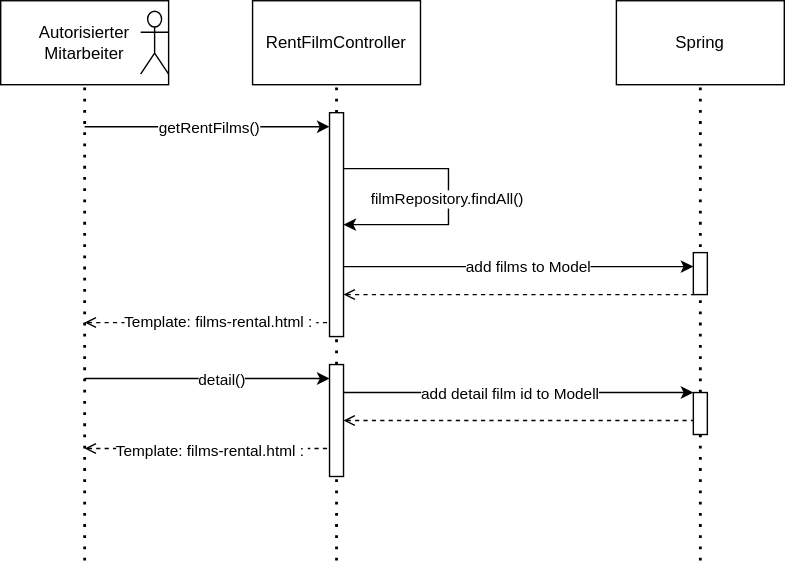
The draw.io diagram src/main/asciidoc/models/design/Verwaltungssystem/verwaltung_sequenz_verleih.drawio.svg in Leonard0108/Anwendungsprogrammierung, before a commit. Source tidied: cells renumbered, new cells last; positions are measured from the earlier drawing's top-left corner, leaving out a move shared by most shapes.
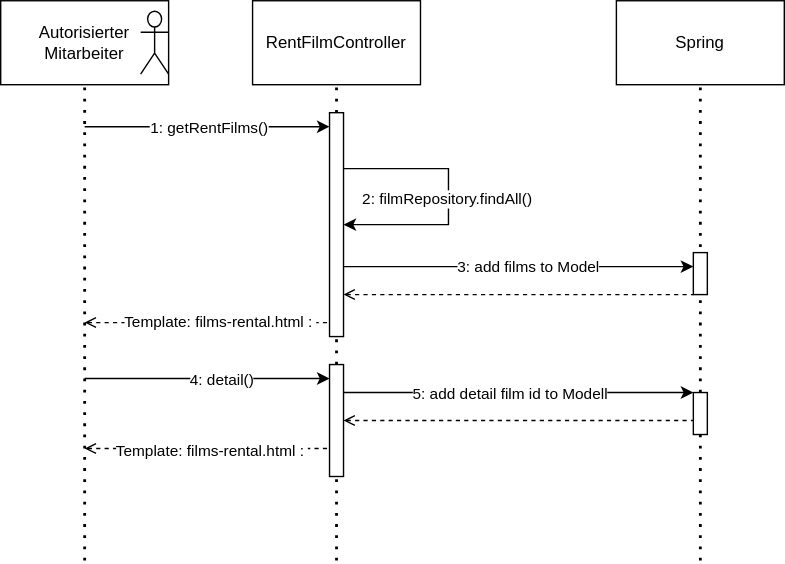
After the change.

Commit message:
verwaltungssystem sequenzdiagramme angepasst

The edit, as a diff of the source:
```diff
@@ -33,7 +33,7 @@
         <mxPoint x="60" y="90" as="sourcePoint" />
       </mxGeometry>
     </mxCell>
-    <mxCell id="10" value="getRentFilms()" style="edgeLabel;html=1;align=center;verticalAlign=middle;" parent="9" vertex="1">
+    <mxCell id="10" value="1: getRentFilms()" style="edgeLabel;html=1;align=center;verticalAlign=middle;" parent="9" vertex="1">
       <mxGeometry x="-0.22" y="-2" relative="1" as="geometry">
         <mxPoint x="20" y="-2" as="offset" />
       </mxGeometry>
@@ -47,7 +47,7 @@
         </Array>
       </mxGeometry>
     </mxCell>
-    <mxCell id="12" value="filmRepository.findAll()" style="edgeLabel;html=1;align=center;verticalAlign=middle;" parent="11" vertex="1">
+    <mxCell id="12" value="2: filmRepository.findAll()" style="edgeLabel;html=1;align=center;verticalAlign=middle;" parent="11" vertex="1">
       <mxGeometry x="0.04" y="-2" relative="1" as="geometry" />
     </mxCell>
     <mxCell id="13" style="endArrow=classic;html=1;rounded=0;" parent="1" edge="1" target="30">
@@ -55,7 +55,7 @@
         <mxPoint x="245" y="190" as="sourcePoint" />
       </mxGeometry>
     </mxCell>
-    <mxCell id="14" value="add films to Model" style="edgeLabel;html=1;align=center;verticalAlign=middle;" parent="13" vertex="1">
+    <mxCell id="14" value="3: add films to Model" style="edgeLabel;html=1;align=center;verticalAlign=middle;" parent="13" vertex="1">
       <mxGeometry x="0.04" y="1" relative="1" as="geometry" />
     </mxCell>
     <mxCell id="15" style="endArrow=none;dashed=1;html=1;rounded=0;startArrow=open;startFill=0;" parent="1" edge="1" source="30">
@@ -80,7 +80,7 @@
         </Array>
       </mxGeometry>
     </mxCell>
-    <mxCell id="19" value="detail()" style="edgeLabel;html=1;align=center;verticalAlign=middle;" parent="18" vertex="1">
+    <mxCell id="19" value="4: detail()" style="edgeLabel;html=1;align=center;verticalAlign=middle;" parent="18" vertex="1">
       <mxGeometry x="0.06" y="-1" relative="1" as="geometry">
         <mxPoint x="5" y="-1" as="offset" />
       </mxGeometry>
@@ -101,7 +101,7 @@
         <mxPoint x="240" y="280" as="sourcePoint" />
       </mxGeometry>
     </mxCell>
-    <mxCell id="23" value="add detail film id to Modell" style="edgeLabel;html=1;align=center;verticalAlign=middle;" parent="22" vertex="1">
+    <mxCell id="23" value="5: add detail film id to Modell" style="edgeLabel;html=1;align=center;verticalAlign=middle;" parent="22" vertex="1">
       <mxGeometry x="-0.04" relative="1" as="geometry" />
     </mxCell>
     <mxCell id="24" style="endArrow=none;dashed=1;html=1;rounded=0;startArrow=open;startFill=0;" parent="1" edge="1" source="28">
```
